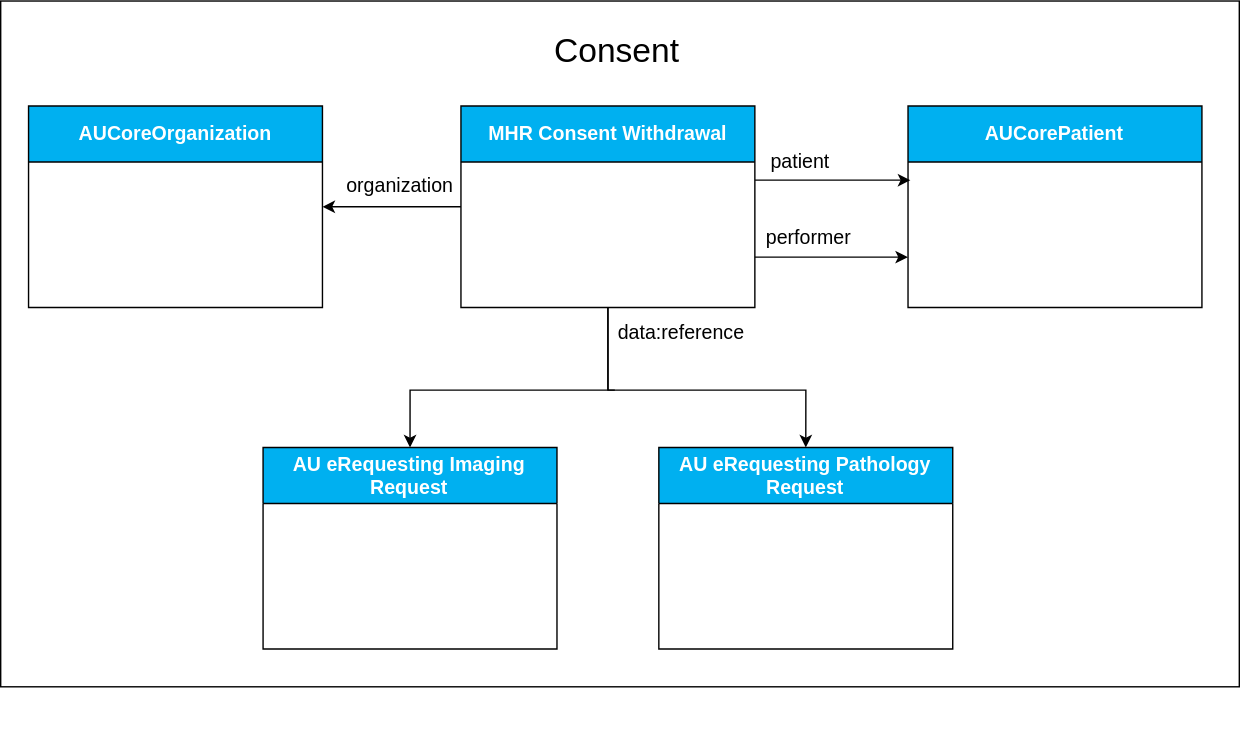
Earlier version of the draw.io export input/images/au-erequesting-profiles-au-erequesting-profiles-consent.svg (hl7au/au-fhir-erequesting). Source tidied: cells renumbered, new cells last; positions are measured from the earlier drawing's top-left corner, leaving out a move shared by most shapes.
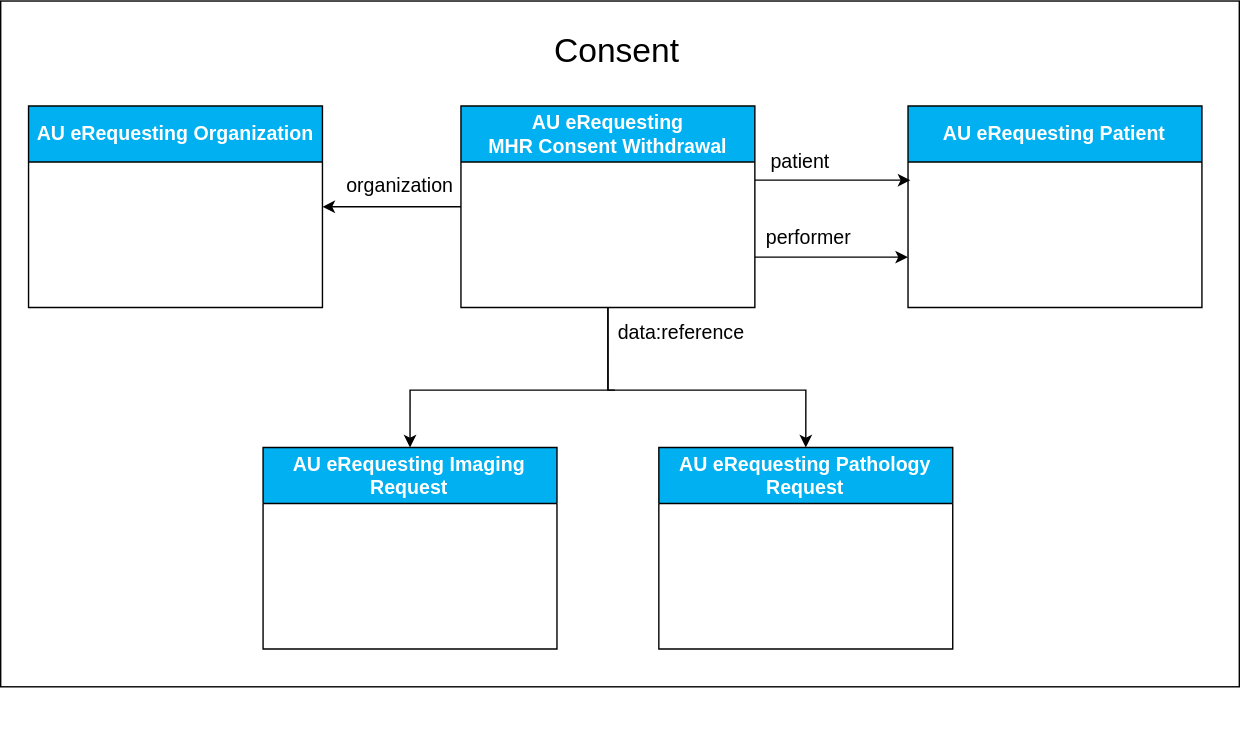
Later version of the same file.

Commit message:
Updated Consent and CommunicationRequest profile diagrams to use correct profile names and reworded the intro to the AU eRequesting Profile Relationships section.

What changed in the source:
```diff
@@ -44,13 +44,13 @@
         <mxPoint x="19" y="-13" as="offset" />
       </mxGeometry>
     </mxCell>
-    <mxCell id="10" value="&lt;font style=&quot;font-size: 14px;&quot;&gt;AUCoreOrganization&lt;/font&gt;" style="swimlane;whiteSpace=wrap;html=1;fillColor=#00B0F0;fontColor=#FFFFFF;arcSize=15;startSize=40;strokeColor=default;align=center;verticalAlign=middle;fontFamily=Helvetica;fontSize=12;fontStyle=1;" parent="2" vertex="1">
+    <mxCell id="10" value="&lt;font style=&quot;font-size: 14px;&quot;&gt;AU eRequesting Organization&lt;/font&gt;" style="swimlane;whiteSpace=wrap;html=1;fillColor=#00B0F0;fontColor=#FFFFFF;arcSize=15;startSize=40;strokeColor=default;align=center;verticalAlign=middle;fontFamily=Helvetica;fontSize=12;fontStyle=1;" parent="2" vertex="1">
       <mxGeometry x="19.9" y="45" width="210" height="144" as="geometry" />
     </mxCell>
-    <mxCell id="11" value="&lt;font style=&quot;font-size: 14px;&quot;&gt;AUCorePatient&lt;/font&gt;" style="swimlane;whiteSpace=wrap;html=1;fillColor=#00B0F0;fontColor=#FFFFFF;startSize=40;strokeColor=default;align=center;verticalAlign=middle;fontFamily=Helvetica;fontSize=12;fontStyle=1;" parent="2" vertex="1">
+    <mxCell id="11" value="&lt;font style=&quot;font-size: 14px;&quot;&gt;AU eRequesting Patient&lt;/font&gt;" style="swimlane;whiteSpace=wrap;html=1;fillColor=#00B0F0;fontColor=#FFFFFF;startSize=40;strokeColor=default;align=center;verticalAlign=middle;fontFamily=Helvetica;fontSize=12;fontStyle=1;" parent="2" vertex="1">
       <mxGeometry x="648.3" y="45" width="210" height="144" as="geometry" />
     </mxCell>
-    <mxCell id="12" value="&lt;font style=&quot;font-size: 14px;&quot;&gt;MHR Consent Withdrawal&lt;/font&gt;" style="swimlane;whiteSpace=wrap;html=1;fillColor=#00B0F0;fontColor=#FFFFFF;startSize=40;verticalAlign=middle;" parent="2" vertex="1">
+    <mxCell id="12" value="&lt;font style=&quot;font-size: 14px;&quot;&gt;AU eRequesting &lt;br&gt;MHR Consent Withdrawal&lt;/font&gt;" style="swimlane;whiteSpace=wrap;html=1;fillColor=#00B0F0;fontColor=#FFFFFF;startSize=40;verticalAlign=middle;" parent="2" vertex="1">
       <mxGeometry x="328.9" y="45" width="210" height="144" as="geometry" />
     </mxCell>
     <mxCell id="13" value="&lt;font style=&quot;font-size: 24px;&quot;&gt;Consent&lt;/font&gt;" style="text;html=1;align=center;verticalAlign=middle;strokeColor=none;fillColor=none;" parent="2" vertex="1">
```
